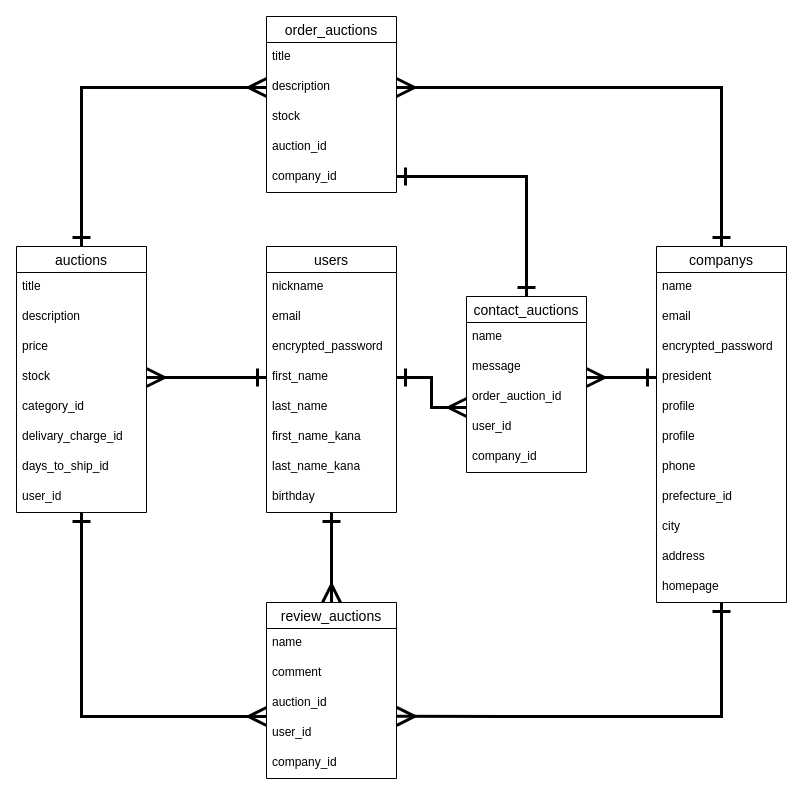
Earlier version of the draw.io diagram DB_ER_Auction.dio (Sashimi0343/losstop). Source tidied: cells renumbered, new cells numbered last; positions are measured from the earlier drawing's top-left corner, leaving out a move shared by most shapes. Both pictures are drawn from the tidied source at 100%, with x=0, y=0 at pixel (16, 16).
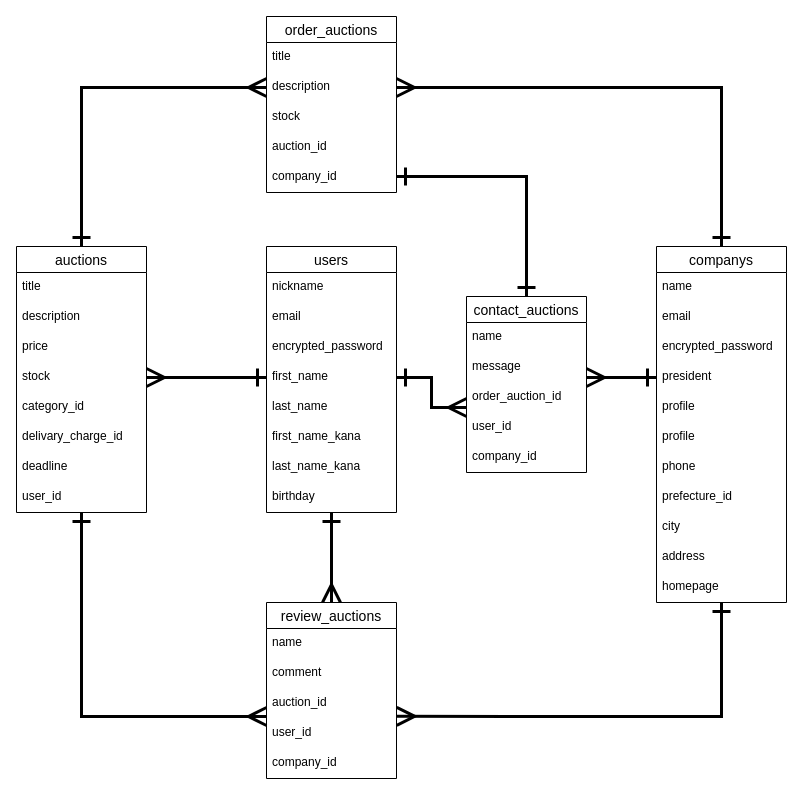
After the change.

Commit message (it also covers changes not shown here):
README/ER図/migrationファイル変更

Unchanged cells that the change refers to:
```xml
<mxCell id="47" value="auctions" style="swimlane;fontStyle=0;horizontal=1;startSize=26;align=center;fontSize=14;" parent="1" vertex="1">
  <mxGeometry y="230" width="130" height="266" as="geometry" />
</mxCell>
```

What changed in the source:
```diff
@@
-    <mxCell id="54" value="days_to_ship_id" style="text;strokeColor=none;fillColor=none;spacingLeft=4;spacingRight=4;overflow=hidden;fontSize=12;" parent="47" vertex="1">
+    <mxCell id="54" value="deadline" style="text;strokeColor=none;fillColor=none;spacingLeft=4;spacingRight=4;overflow=hidden;fontSize=12;" parent="47" vertex="1">
       <mxGeometry y="206" width="130" height="30" as="geometry" />
     </mxCell>
```
